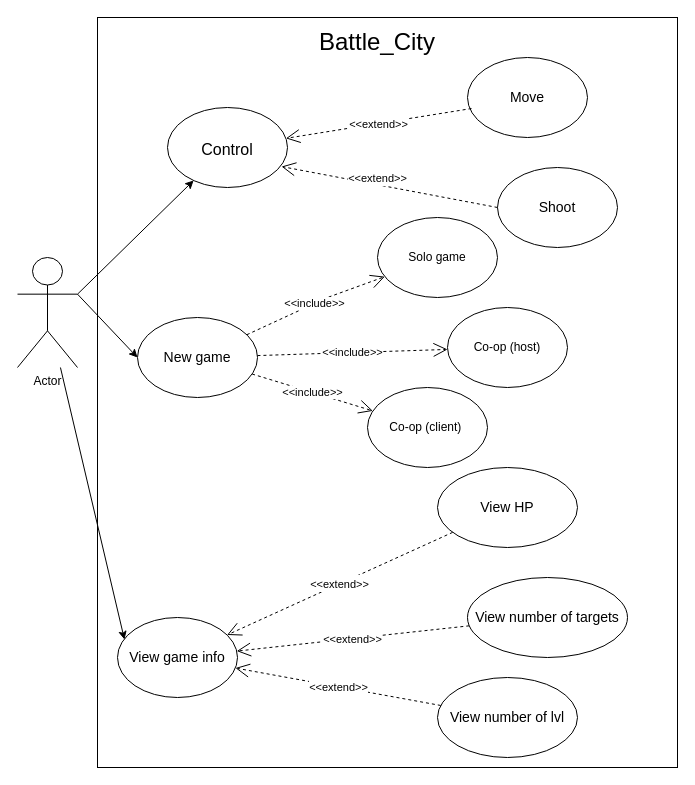
This is Use case diagram.drawio from K-R-I-K/UML, a draw.io file, before an edit. Source tidied: cells renumbered, new cells numbered last; positions are measured from the earlier drawing's top-left corner, leaving out a move shared by most shapes. Both pictures are drawn from the tidied source at 100%, with x=0, y=0 at pixel (17, 17).
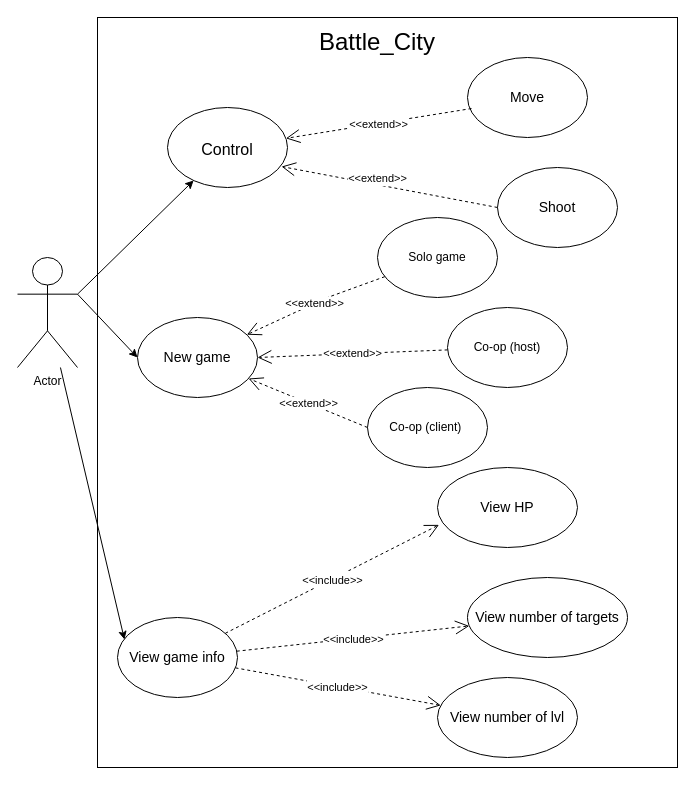
After the change.

Commit message:
Update Use case diagram

The change refers to these unchanged cells:
```xml
<mxCell id="6" value="New game" style="ellipse;whiteSpace=wrap;html=1;fontSize=14;" parent="1" vertex="1">
  <mxGeometry x="120" y="300" width="120" height="80" as="geometry" />
</mxCell>
<mxCell id="7" value="View game info" style="ellipse;whiteSpace=wrap;html=1;fontSize=14;" parent="1" vertex="1">
  <mxGeometry x="100" y="600" width="120" height="80" as="geometry" />
</mxCell>
<mxCell id="15" value="View HP" style="ellipse;whiteSpace=wrap;html=1;fontSize=14;" parent="1" vertex="1">
  <mxGeometry x="420" y="450" width="140" height="80" as="geometry" />
</mxCell>
<mxCell id="16" value="View number of lvl" style="ellipse;whiteSpace=wrap;html=1;fontSize=14;" parent="1" vertex="1">
  <mxGeometry x="420" y="660" width="140" height="80" as="geometry" />
</mxCell>
<mxCell id="19" value="View number of targets" style="ellipse;whiteSpace=wrap;html=1;fontSize=14;" parent="1" vertex="1">
  <mxGeometry x="450" y="560" width="160" height="80" as="geometry" />
</mxCell>
<mxCell id="21" value="Solo game" style="ellipse;whiteSpace=wrap;html=1;" parent="1" vertex="1">
  <mxGeometry x="360" y="200" width="120" height="80" as="geometry" />
</mxCell>
<mxCell id="22" value="Co-op (client)&amp;nbsp;" style="ellipse;whiteSpace=wrap;html=1;" parent="1" vertex="1">
  <mxGeometry x="350" y="370" width="120" height="80" as="geometry" />
</mxCell>
<mxCell id="23" value="Co-op (host)" style="ellipse;whiteSpace=wrap;html=1;" parent="1" vertex="1">
  <mxGeometry x="430" y="290" width="120" height="80" as="geometry" />
</mxCell>
```

The edit, as a diff of the source:
```diff
@@
-    <mxCell id="17" value="&lt;font style=&quot;font-size: 11px;&quot;&gt;&amp;lt;&amp;lt;extend&amp;gt;&amp;gt;&lt;/font&gt;" style="endArrow=open;endSize=12;dashed=1;html=1;rounded=0;fontSize=14;" parent="1" edge="1" source="15" target="7">
+    <mxCell id="17" value="&lt;font style=&quot;font-size: 11px;&quot;&gt;&amp;lt;&amp;lt;include&amp;gt;&amp;gt;&lt;/font&gt;" style="endArrow=open;endSize=12;dashed=1;html=1;rounded=0;fontSize=14;entryX=0.011;entryY=0.717;entryDx=0;entryDy=0;entryPerimeter=0;" parent="1" edge="1" source="7" target="15">
       <mxGeometry relative="1" as="geometry" />
     </mxCell>
-    <mxCell id="18" value="&lt;font style=&quot;font-size: 11px;&quot;&gt;&amp;lt;&amp;lt;extend&amp;gt;&amp;gt;&lt;/font&gt;" style="endArrow=open;endSize=12;dashed=1;html=1;rounded=0;fontSize=14;" parent="1" edge="1" source="16" target="7">
+    <mxCell id="18" value="&lt;font style=&quot;font-size: 11px;&quot;&gt;&amp;lt;&amp;lt;include&amp;gt;&amp;gt;&lt;/font&gt;" style="endArrow=open;endSize=12;dashed=1;html=1;rounded=0;fontSize=14;" parent="1" edge="1" source="7" target="16">
       <mxGeometry relative="1" as="geometry" />
     </mxCell>
@@
-    <mxCell id="20" value="&lt;font style=&quot;font-size: 11px;&quot;&gt;&amp;lt;&amp;lt;extend&amp;gt;&amp;gt;&lt;/font&gt;" style="endArrow=open;endSize=12;dashed=1;html=1;rounded=0;fontSize=14;" parent="1" edge="1" source="19" target="7">
+    <mxCell id="20" value="&lt;font style=&quot;font-size: 11px;&quot;&gt;&amp;lt;&amp;lt;include&amp;gt;&amp;gt;&lt;/font&gt;" style="endArrow=open;endSize=12;dashed=1;html=1;rounded=0;fontSize=14;" parent="1" edge="1" source="7" target="19">
       <mxGeometry relative="1" as="geometry" />
     </mxCell>
@@
-    <mxCell id="24" value="&lt;font style=&quot;font-size: 11px;&quot;&gt;&amp;lt;&amp;lt;include&amp;gt;&amp;gt;&lt;/font&gt;" style="endArrow=open;endSize=12;dashed=1;html=1;rounded=0;" parent="1" edge="1" source="6" target="21">
+    <mxCell id="24" value="&lt;font style=&quot;font-size: 11px;&quot;&gt;&amp;lt;&amp;lt;extend&amp;gt;&amp;gt;&lt;/font&gt;" style="endArrow=open;endSize=12;dashed=1;html=1;rounded=0;" parent="1" edge="1" source="21" target="6">
       <mxGeometry relative="1" as="geometry">
         <Array as="points">
           <mxPoint x="310" y="280" />
         </Array>
       </mxGeometry>
     </mxCell>
-    <mxCell id="25" value="&lt;font style=&quot;font-size: 11px;&quot;&gt;&amp;lt;&amp;lt;include&amp;gt;&amp;gt;&lt;/font&gt;" style="endArrow=open;endSize=12;dashed=1;html=1;rounded=0;" parent="1" edge="1" source="6" target="23">
+    <mxCell id="25" value="&lt;font style=&quot;font-size: 11px;&quot;&gt;&amp;lt;&amp;lt;extend&amp;gt;&amp;gt;&lt;/font&gt;" style="endArrow=open;endSize=12;dashed=1;html=1;rounded=0;entryX=1;entryY=0.5;entryDx=0;entryDy=0;" parent="1" edge="1" source="23" target="6">
       <mxGeometry relative="1" as="geometry" />
     </mxCell>
-    <mxCell id="26" value="&lt;font style=&quot;font-size: 11px;&quot;&gt;&amp;lt;&amp;lt;include&amp;gt;&amp;gt;&lt;/font&gt;" style="endArrow=open;endSize=12;dashed=1;html=1;rounded=0;" parent="1" edge="1" source="6" target="22">
+    <mxCell id="26" value="&lt;font style=&quot;font-size: 11px;&quot;&gt;&amp;lt;&amp;lt;extend&amp;gt;&amp;gt;&lt;/font&gt;" style="endArrow=open;endSize=12;dashed=1;html=1;rounded=0;exitX=0;exitY=0.5;exitDx=0;exitDy=0;" parent="1" edge="1" source="22" target="6">
       <mxGeometry relative="1" as="geometry" />
     </mxCell>
```
